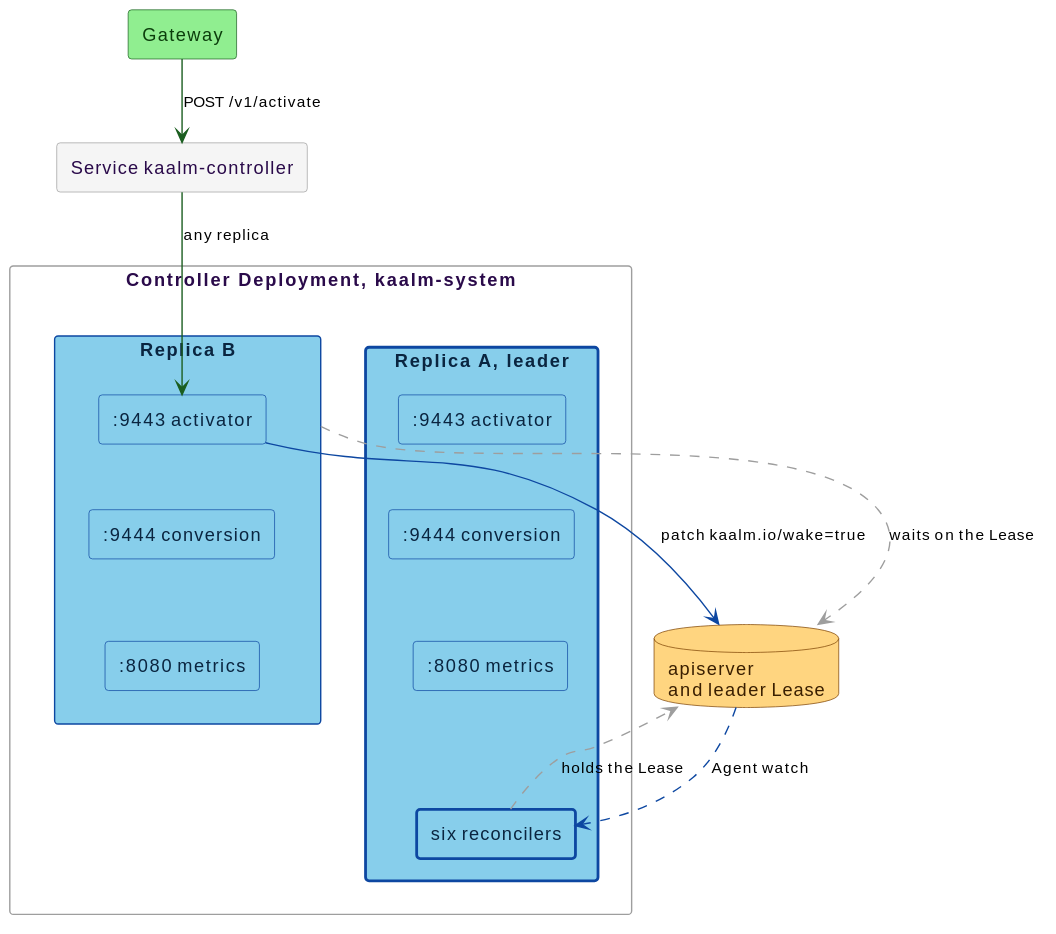
Above: docs/src/diagrams/controller-replicas.svg in win07xp/kaalm (PlantUML), before the change. Source of this version:
```plantuml
@startuml
!include _style.puml

rectangle "Gateway" as gw #back:90EE90;line:1B5E20;text:0b3d0b
rectangle "Service kaalm-controller" as svc #back:F5F5F5;line:9E9E9E;text:2a0a4a

rectangle "Controller Deployment, kaalm-system" as dep {
  rectangle "Replica A, leader" as a #back:87CEEB;line:0D47A1;line.bold;text:0a2540 {
    rectangle ":9443 activator" as a1 #back:87CEEB;line:0D47A1;text:0a2540
    rectangle ":9444 conversion" as a2 #back:87CEEB;line:0D47A1;text:0a2540
    rectangle ":8080 metrics" as a3 #back:87CEEB;line:0D47A1;text:0a2540
    rectangle "six reconcilers" as a4 #back:87CEEB;line:0D47A1;line.bold;text:0a2540
  }
  rectangle "Replica B" as b #back:87CEEB;line:0D47A1;text:0a2540 {
    rectangle ":9443 activator" as b1 #back:87CEEB;line:0D47A1;text:0a2540
    rectangle ":9444 conversion" as b2 #back:87CEEB;line:0D47A1;text:0a2540
    rectangle ":8080 metrics" as b3 #back:87CEEB;line:0D47A1;text:0a2540
  }
}

a1 -[hidden]-> a2
a2 -[hidden]-> a3
a3 -[hidden]-> a4
b1 -[hidden]-> b2
b2 -[hidden]-> b3

database "apiserver\nand leader Lease" as api #back:FFD580;line:7a3f00;text:3a1f00

gw -[#1B5E20]-> svc : POST /v1/activate
svc -[#1B5E20]-> b1 : any replica
b1 -[#0D47A1]-> api : patch kaalm.io/wake=true
api -[#0D47A1,dashed]-> a4 : Agent watch
a4 .[#9E9E9E].> api : holds the Lease
b .[#9E9E9E].> api : waits on the Lease
@enduml
```
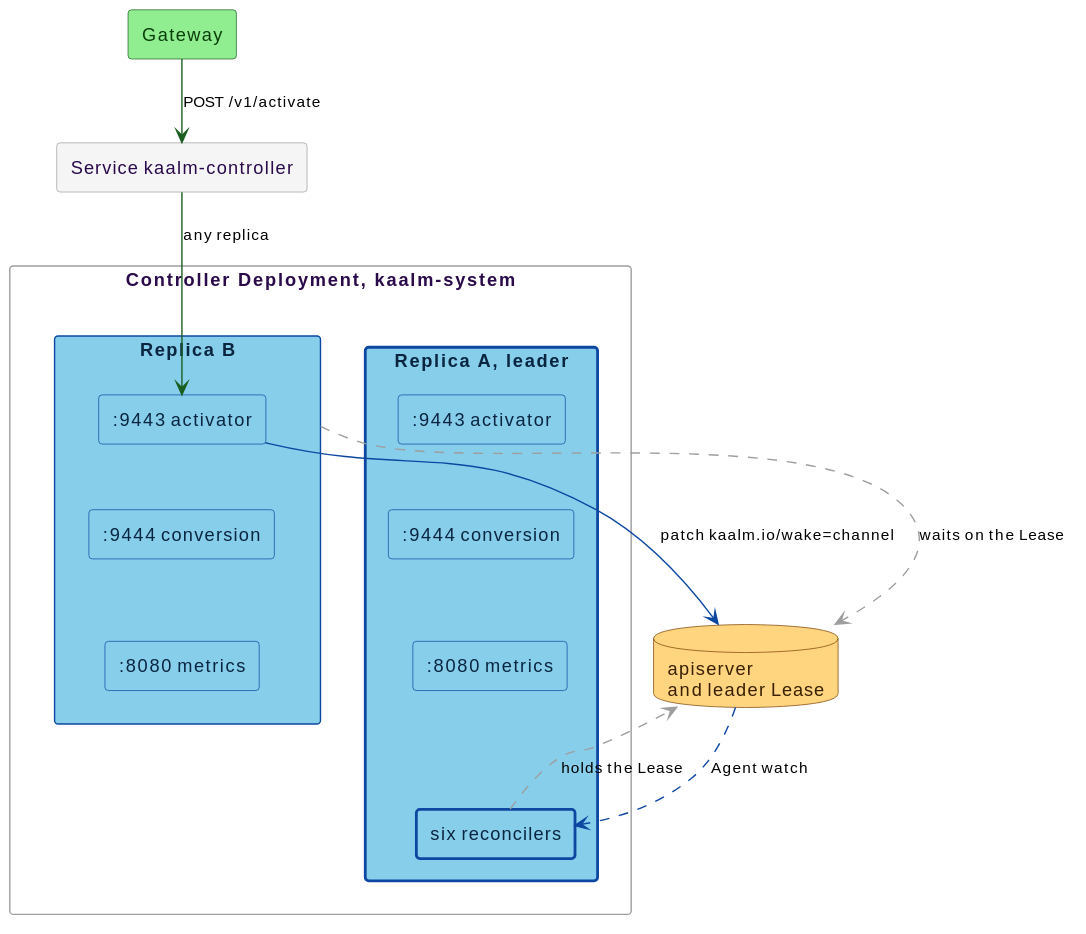
The same diagram one commit later.

Change to the diagram source:
```diff
@@ -28,7 +28,7 @@
 
 gw -[#1B5E20]-> svc : POST /v1/activate
 svc -[#1B5E20]-> b1 : any replica
-b1 -[#0D47A1]-> api : patch kaalm.io/wake=true
+b1 -[#0D47A1]-> api : patch kaalm.io/wake=channel
 api -[#0D47A1,dashed]-> a4 : Agent watch
 a4 .[#9E9E9E].> api : holds the Lease
 b .[#9E9E9E].> api : waits on the Lease
```
